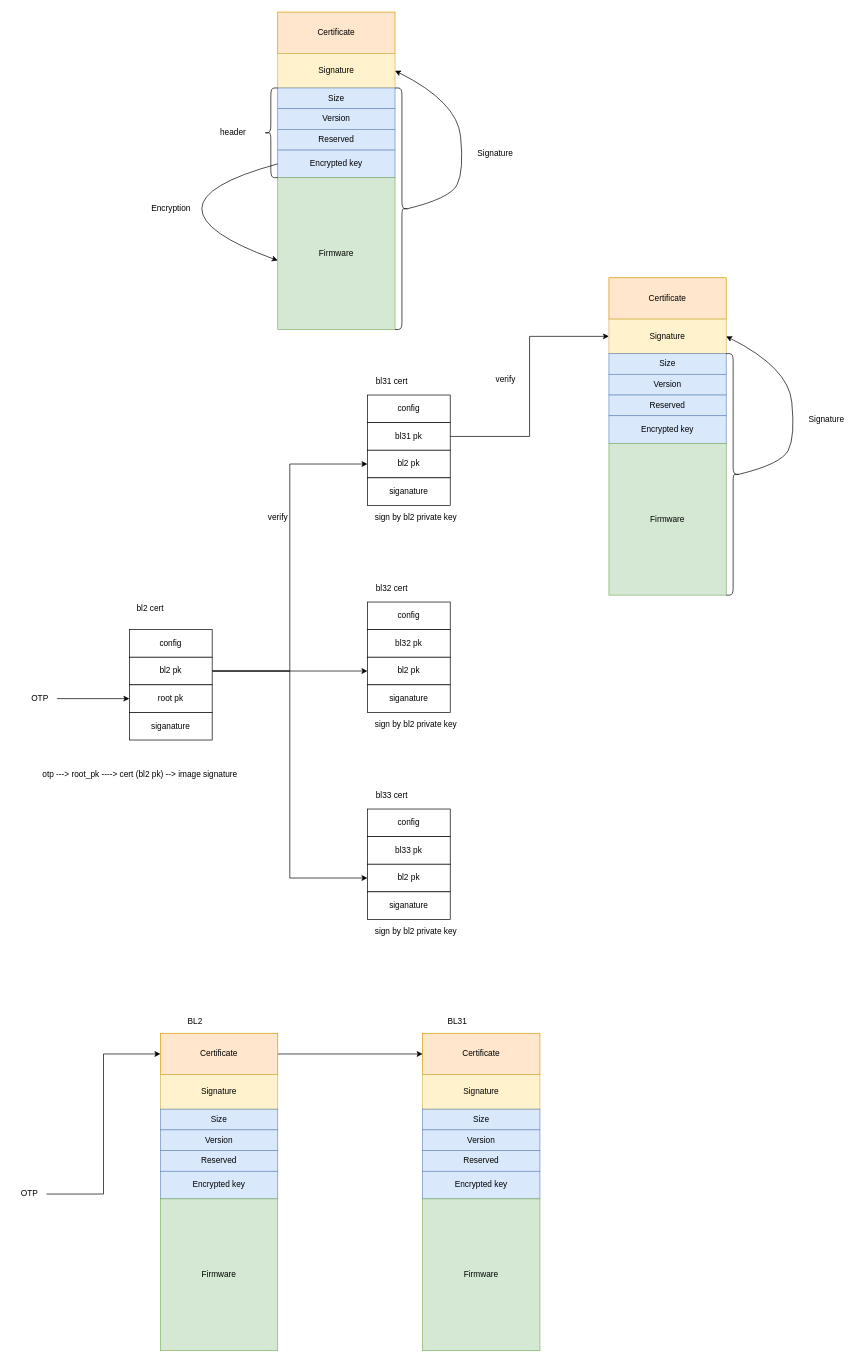
Earlier version of the draw.io diagram page "image" (4 of 4) of secure_boot.drawio (thomas-coding/drawio). Source tidied: cells renumbered, new cells numbered last; positions are measured from the earlier drawing's top-left corner, leaving out a move shared by most shapes. Both pictures are drawn from the tidied source at 69%, with x=0, y=0 at pixel (12, 12).
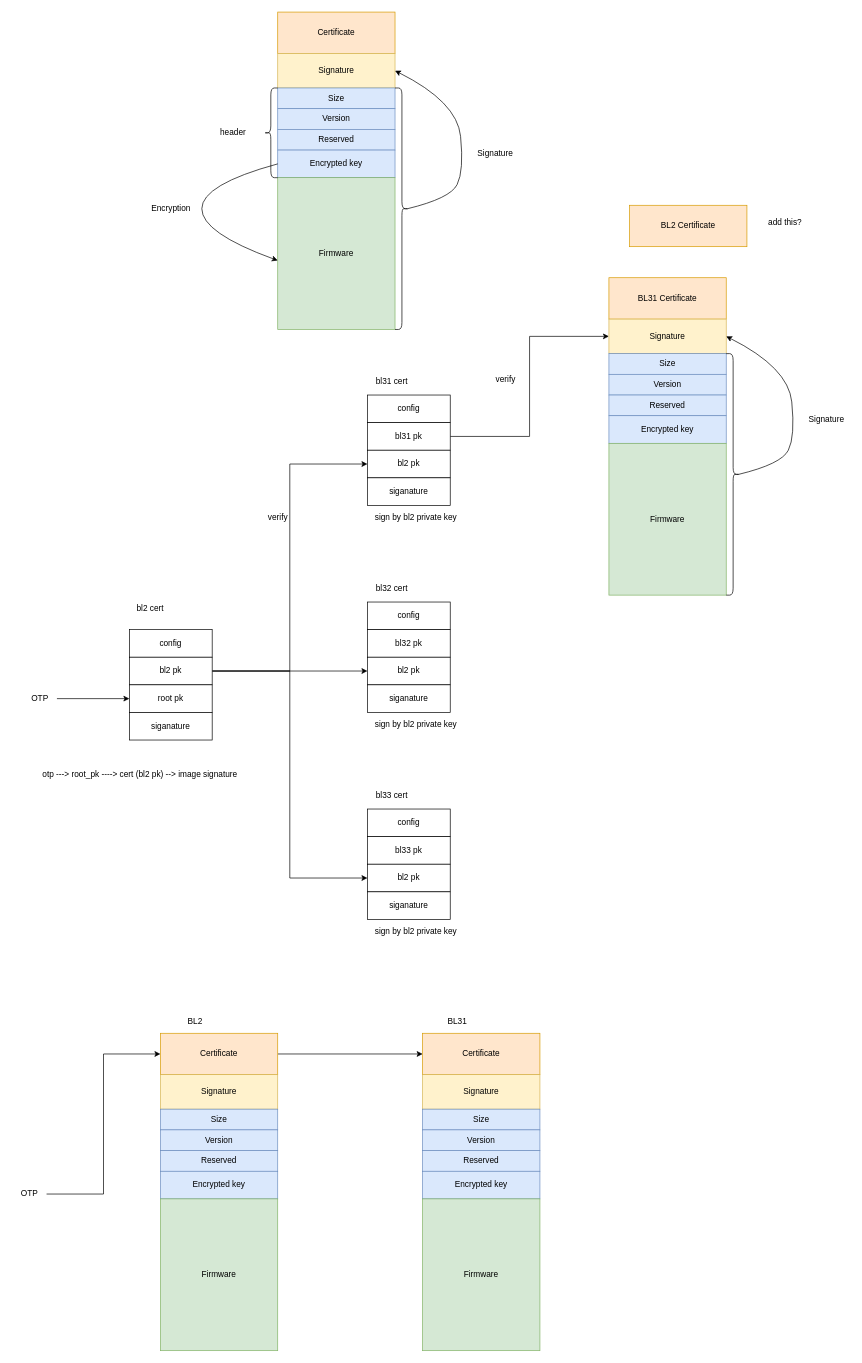
After the change.

Diff of the diagram source:
```diff
@@
-    <mxCell id="47" value="Certificate" style="rounded=0;whiteSpace=wrap;html=1;fillColor=#ffe6cc;strokeColor=#d79b00;" parent="1" vertex="1">
+    <mxCell id="47" value="BL31 Certificate" style="rounded=0;whiteSpace=wrap;html=1;fillColor=#ffe6cc;strokeColor=#d79b00;" parent="1" vertex="1">
       <mxGeometry x="865" y="385" width="170" height="60" as="geometry" />
     </mxCell>
@@
+    <mxCell id="77" value="BL2 Certificate" style="rounded=0;whiteSpace=wrap;html=1;fillColor=#ffe6cc;strokeColor=#d79b00;" parent="1" vertex="1">
+      <mxGeometry x="895" y="280" width="170" height="60" as="geometry" />
+    </mxCell>
+    <mxCell id="78" value="add this?" style="text;html=1;align=center;verticalAlign=middle;strokeColor=none;fillColor=none;" parent="1" vertex="1">
+      <mxGeometry x="1085" y="290" width="70" height="30" as="geometry" />
+    </mxCell>
```
